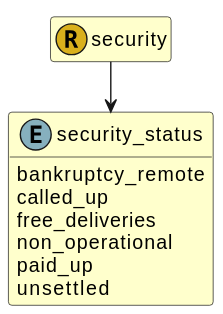
Earlier version of the PlantUML export images/fire.model.security_status.svg (Schemarise/demo-alfa-with-fire-json-model).
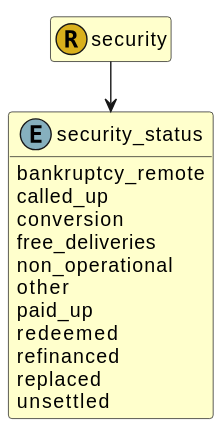
The same file after the commit.

What changed in the source:
```diff
@@ -14,9 +14,14 @@
 
   bankruptcy_remote
   called_up
+  conversion
   free_deliveries
   non_operational
+  other
   paid_up
+  redeemed
+  refinanced
+  replaced
   unsettled
 
 
```
